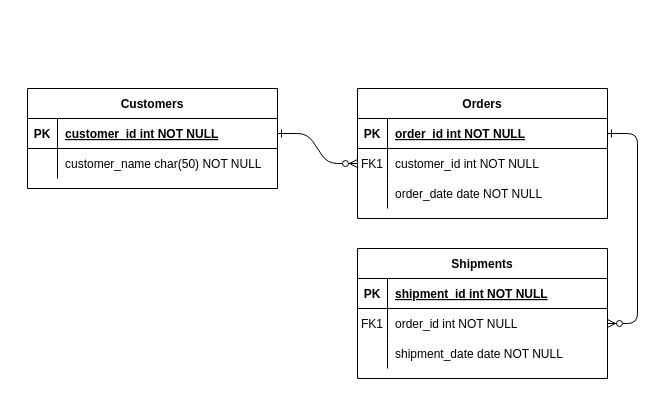
This is AnalisisEntidadRelacion.drawio from techwolfd/web, a draw.io file, before an edit. Source tidied: cells renumbered, new cells numbered last; positions are measured from the earlier drawing's top-left corner, leaving out a move shared by most shapes. Both pictures are drawn from the tidied source at 100%, with x=0, y=0 at pixel (27, 88).
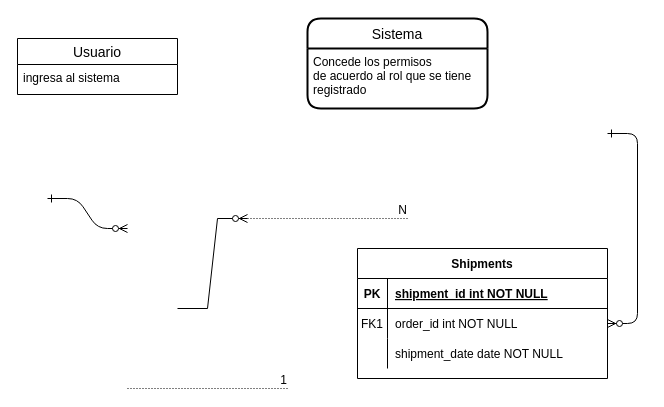
The same diagram, later.

Unchanged cells that the change refers to:
```xml
<mxCell id="18" style="shape=partialRectangle;fillColor=none;points=[[0,0.5],[1,0.5]];portConstraint=eastwest;top=0;left=0;right=0;bottom=0;" parent="14" vertex="1">
  <mxGeometry y="60" width="250" height="30" as="geometry" />
</mxCell>
```

What changed in the source:
```diff
@@
-    <mxCell id="2" style="edgeStyle=entityRelationEdgeStyle;endArrow=ERzeroToMany;startArrow=ERone;endFill=1;startFill=0;" parent="1" edge="1" source="25" target="8">
-      <mxGeometry relative="1" as="geometry" />
+    <mxCell id="2" style="edgeStyle=entityRelationEdgeStyle;endArrow=ERzeroToMany;startArrow=ERone;endFill=1;startFill=0;" parent="1" edge="1">
+      <mxGeometry relative="1" as="geometry">
+        <mxPoint x="20" y="110" as="sourcePoint" />
+        <mxPoint x="100" y="140" as="targetPoint" />
+      </mxGeometry>
     </mxCell>
-    <mxCell id="3" style="edgeStyle=entityRelationEdgeStyle;endArrow=ERzeroToMany;startArrow=ERone;endFill=1;startFill=0;" parent="1" edge="1" source="5" target="18">
-      <mxGeometry relative="1" as="geometry" />
+    <mxCell id="3" style="edgeStyle=entityRelationEdgeStyle;endArrow=ERzeroToMany;startArrow=ERone;endFill=1;startFill=0;" parent="1" edge="1" target="18">
+      <mxGeometry relative="1" as="geometry">
+        <mxPoint x="580" y="45" as="sourcePoint" />
+      </mxGeometry>
     </mxCell>
-    <mxCell id="4" value="Orders" style="shape=table;startSize=30;childLayout=tableLayout;rowLines=0;fontStyle=1;align=center;" parent="1" vertex="1">
-      <mxGeometry x="330" width="250" height="130" as="geometry" />
-    </mxCell>
-    <mxCell id="5" style="shape=partialRectangle;fillColor=none;points=[[0,0.5],[1,0.5]];portConstraint=eastwest;top=0;left=0;right=0;bottom=1;" parent="4" vertex="1">
-      <mxGeometry y="30" width="250" height="30" as="geometry" />
-    </mxCell>
-    <mxCell id="6" value="PK" style="shape=partialRectangle;overflow=hidden;fillColor=none;top=0;left=0;bottom=0;right=0;fontStyle=1;" parent="5" vertex="1">
-      <mxGeometry width="30" height="30" as="geometry" />
-    </mxCell>
-    <mxCell id="7" value="order_id int NOT NULL " style="shape=partialRectangle;overflow=hidden;fillColor=none;top=0;left=0;bottom=0;right=0;align=left;spacingLeft=6;fontStyle=5;" parent="5" vertex="1">
-      <mxGeometry x="30" width="220" height="30" as="geometry" />
-    </mxCell>
-    <mxCell id="8" style="shape=partialRectangle;fillColor=none;points=[[0,0.5],[1,0.5]];portConstraint=eastwest;top=0;left=0;right=0;bottom=0;" parent="4" vertex="1">
-      <mxGeometry y="60" width="250" height="30" as="geometry" />
-    </mxCell>
-    <mxCell id="9" value="FK1" style="shape=partialRectangle;overflow=hidden;fillColor=none;top=0;left=0;bottom=0;right=0;" parent="8" vertex="1">
-      <mxGeometry width="30" height="30" as="geometry" />
-    </mxCell>
-    <mxCell id="10" value="customer_id int NOT NULL" style="shape=partialRectangle;overflow=hidden;fillColor=none;top=0;left=0;bottom=0;right=0;align=left;spacingLeft=6;" parent="8" vertex="1">
-      <mxGeometry x="30" width="220" height="30" as="geometry" />
-    </mxCell>
-    <mxCell id="11" style="shape=partialRectangle;fillColor=none;top=0;left=0;right=0;bottom=0;" parent="4" vertex="1">
-      <mxGeometry y="90" width="250" height="30" as="geometry" />
-    </mxCell>
-    <mxCell id="12" style="shape=partialRectangle;overflow=hidden;fillColor=none;top=0;left=0;bottom=0;right=0;" parent="11" vertex="1">
-      <mxGeometry width="30" height="30" as="geometry" />
-    </mxCell>
-    <mxCell id="13" value="order_date date NOT NULL" style="shape=partialRectangle;overflow=hidden;fillColor=none;top=0;left=0;bottom=0;right=0;align=left;spacingLeft=6;" parent="11" vertex="1">
-      <mxGeometry x="30" width="220" height="30" as="geometry" />
-    </mxCell>
@@
-    <mxCell id="24" value="Customers" style="shape=table;startSize=30;childLayout=tableLayout;rowLines=0;fontStyle=1;align=center;" parent="1" vertex="1">
-      <mxGeometry width="250" height="100" as="geometry" />
-    </mxCell>
-    <mxCell id="25" style="shape=partialRectangle;fillColor=none;points=[[0,0.5],[1,0.5]];portConstraint=eastwest;top=0;left=0;right=0;bottom=1;" parent="24" vertex="1">
-      <mxGeometry y="30" width="250" height="30" as="geometry" />
-    </mxCell>
-    <mxCell id="26" value="PK" style="shape=partialRectangle;overflow=hidden;fillColor=none;top=0;left=0;bottom=0;right=0;fontStyle=1;" parent="25" vertex="1">
-      <mxGeometry width="30" height="30" as="geometry" />
-    </mxCell>
-    <mxCell id="27" value="customer_id int NOT NULL " style="shape=partialRectangle;overflow=hidden;fillColor=none;top=0;left=0;bottom=0;right=0;align=left;spacingLeft=6;fontStyle=5;" parent="25" vertex="1">
-      <mxGeometry x="30" width="220" height="30" as="geometry" />
-    </mxCell>
-    <mxCell id="28" style="shape=partialRectangle;fillColor=none;top=0;left=0;right=0;bottom=0;" parent="24" vertex="1">
-      <mxGeometry y="60" width="250" height="30" as="geometry" />
-    </mxCell>
-    <mxCell id="29" style="shape=partialRectangle;overflow=hidden;fillColor=none;top=0;left=0;bottom=0;right=0;" parent="28" vertex="1">
-      <mxGeometry width="30" height="30" as="geometry" />
-    </mxCell>
-    <mxCell id="30" value="customer_name char(50) NOT NULL" style="shape=partialRectangle;overflow=hidden;fillColor=none;top=0;left=0;bottom=0;right=0;align=left;spacingLeft=6;" parent="28" vertex="1">
-      <mxGeometry x="30" width="220" height="30" as="geometry" />
-    </mxCell>
+    <mxCell id="31" value="Usuario" style="swimlane;fontStyle=0;horizontal=1;startSize=26;align=center;fontSize=14;" parent="1" vertex="1">
+      <mxGeometry x="-10" y="-50" width="160" height="56" as="geometry" />
+    </mxCell>
+    <mxCell id="32" value="ingresa al sistema" style="text;strokeColor=none;fillColor=none;spacingLeft=4;spacingRight=4;overflow=hidden;fontSize=12;" parent="31" vertex="1">
+      <mxGeometry y="26" width="160" height="30" as="geometry" />
+    </mxCell>
+    <mxCell id="33" style="edgeStyle=entityRelationEdgeStyle;fontSize=12;html=1;endArrow=ERzeroToMany;endFill=1;rounded=0;" parent="1" edge="1">
+      <mxGeometry relative="1" as="geometry">
+        <mxPoint x="150" y="220" as="sourcePoint" />
+        <mxPoint x="220" y="130" as="targetPoint" />
+      </mxGeometry>
+    </mxCell>
+    <mxCell id="34" style="endArrow=none;html=1;rounded=0;dashed=1;dashPattern=1 2;" parent="1" edge="1">
+      <mxGeometry relative="1" as="geometry">
+        <mxPoint x="220" y="130" as="sourcePoint" />
+        <mxPoint x="380" y="130" as="targetPoint" />
+      </mxGeometry>
+    </mxCell>
+    <mxCell id="35" value="N" style="html=1;align=right;verticalAlign=bottom;" parent="34" vertex="1">
+      <mxGeometry x="1" relative="1" as="geometry" />
+    </mxCell>
+    <mxCell id="36" style="endArrow=none;html=1;rounded=0;dashed=1;dashPattern=1 2;" parent="1" edge="1">
+      <mxGeometry relative="1" as="geometry">
+        <mxPoint x="100" y="300" as="sourcePoint" />
+        <mxPoint x="260" y="300" as="targetPoint" />
+      </mxGeometry>
+    </mxCell>
+    <mxCell id="37" value="1" style="html=1;align=right;verticalAlign=bottom;" parent="36" vertex="1">
+      <mxGeometry x="1" relative="1" as="geometry" />
+    </mxCell>
+    <mxCell id="38" value="Sistema" style="swimlane;horizontal=1;startSize=30;rounded=1;fontSize=14;fontStyle=0;strokeWidth=2;shadow=0;dashed=0;align=center;" parent="1" vertex="1">
+      <mxGeometry x="280" y="-70" width="180" height="90" as="geometry" />
+    </mxCell>
+    <mxCell id="39" value="Concede los permisos &#10;de acuerdo al rol que se tiene&#10;registrado" style="align=left;strokeColor=none;fillColor=none;spacingLeft=4;fontSize=12;verticalAlign=top;" parent="38" vertex="1">
+      <mxGeometry y="30" width="180" height="60" as="geometry" />
+    </mxCell>
```
